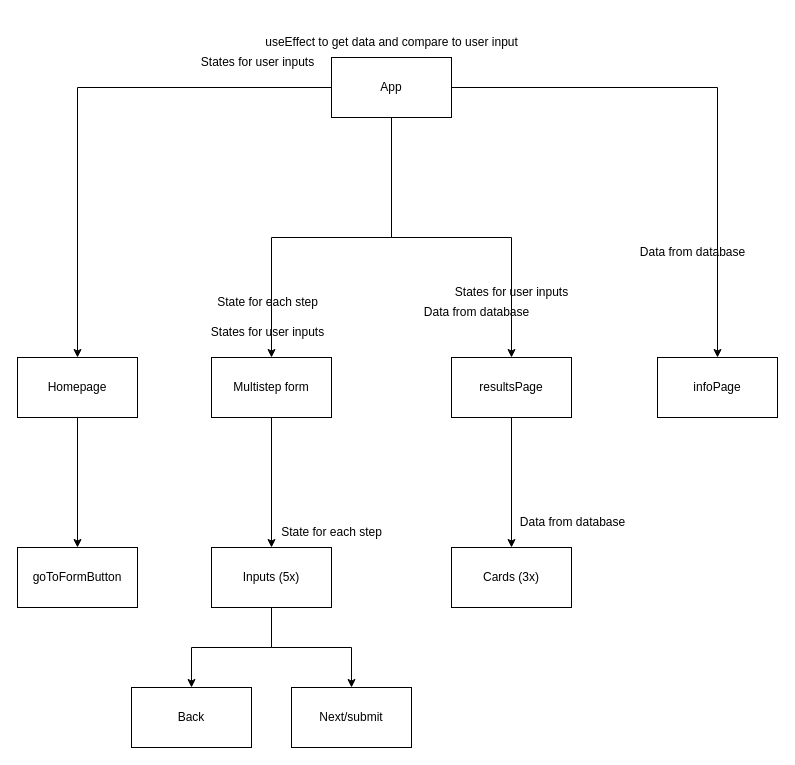
Above: garden_genie/ComponentTree.drawio in MateenSQ/M.A.S.H.E.D_Garden_Genie (draw.io), before the change. Source tidied: cells renumbered, new cells numbered last; positions are measured from the earlier drawing's top-left corner, leaving out a move shared by most shapes. Both pictures are drawn from the tidied source at 100%, with x=0, y=0 at pixel (17, 27).
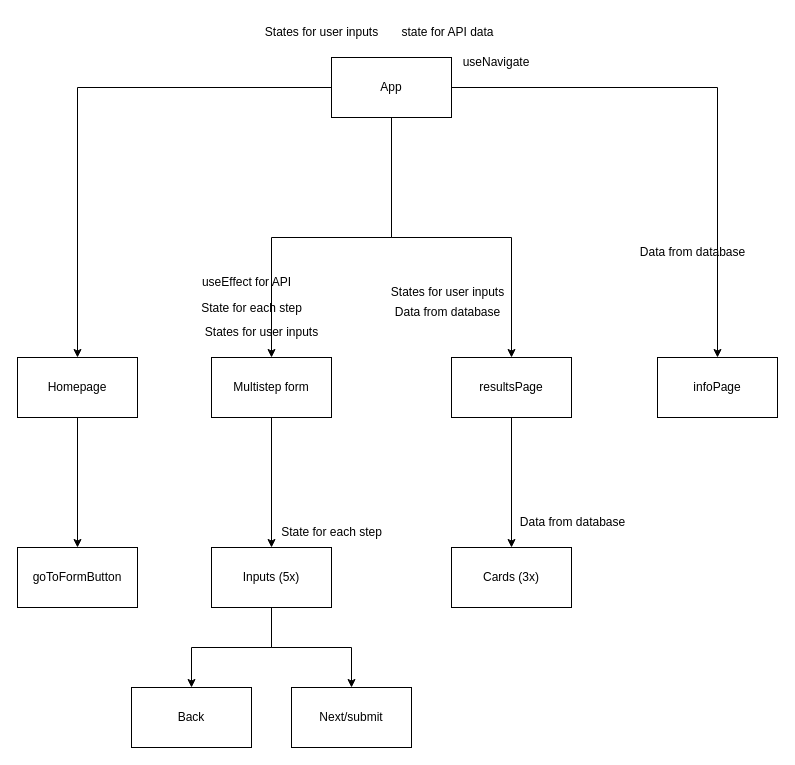
After the change.

What changed in the source:
```diff
@@
     <mxCell id="19" value="States for user inputs" style="text;html=1;align=center;verticalAlign=middle;strokeColor=none;fillColor=none;" parent="1" vertex="1">
-      <mxGeometry x="180" y="290" width="140" height="30" as="geometry" />
+      <mxGeometry x="174" y="290" width="140" height="30" as="geometry" />
     </mxCell>
     <mxCell id="20" value="State for each step" style="text;html=1;align=center;verticalAlign=middle;strokeColor=none;fillColor=none;" parent="1" vertex="1">
-      <mxGeometry x="190" y="260" width="120" height="30" as="geometry" />
+      <mxGeometry x="174" y="266" width="120" height="30" as="geometry" />
     </mxCell>
-    <mxCell id="21" value="useEffect to get data and compare to user input" style="text;html=1;align=center;verticalAlign=middle;strokeColor=none;fillColor=none;" parent="1" vertex="1">
-      <mxGeometry x="234" width="280" height="30" as="geometry" />
+    <mxCell id="21" value="useEffect for API" style="text;html=1;align=center;verticalAlign=middle;strokeColor=none;fillColor=none;" parent="1" vertex="1">
+      <mxGeometry x="174" y="240" width="110" height="30" as="geometry" />
     </mxCell>
     <mxCell id="22" value="States for user inputs" style="text;html=1;align=center;verticalAlign=middle;strokeColor=none;fillColor=none;" parent="1" vertex="1">
-      <mxGeometry x="170" y="20" width="140" height="30" as="geometry" />
+      <mxGeometry x="234" y="-10" width="140" height="30" as="geometry" />
     </mxCell>
     <mxCell id="23" value="States for user inputs" style="text;html=1;align=center;verticalAlign=middle;strokeColor=none;fillColor=none;" parent="1" vertex="1">
-      <mxGeometry x="424" y="250" width="140" height="30" as="geometry" />
+      <mxGeometry x="360" y="250" width="140" height="30" as="geometry" />
     </mxCell>
     <mxCell id="24" value="Data from database" style="text;html=1;align=center;verticalAlign=middle;strokeColor=none;fillColor=none;" parent="1" vertex="1">
-      <mxGeometry x="394" y="270" width="130" height="30" as="geometry" />
+      <mxGeometry x="365" y="270" width="130" height="30" as="geometry" />
     </mxCell>
@@
+    <mxCell id="30" value="useNavigate" style="text;html=1;strokeColor=none;fillColor=none;align=center;verticalAlign=middle;whiteSpace=wrap;rounded=0;" parent="1" vertex="1">
+      <mxGeometry x="434" y="20" width="90" height="30" as="geometry" />
+    </mxCell>
+    <mxCell id="31" value="state for API data" style="text;html=1;align=center;verticalAlign=middle;strokeColor=none;fillColor=none;" parent="1" vertex="1">
+      <mxGeometry x="370" y="-10" width="120" height="30" as="geometry" />
+    </mxCell>
```
